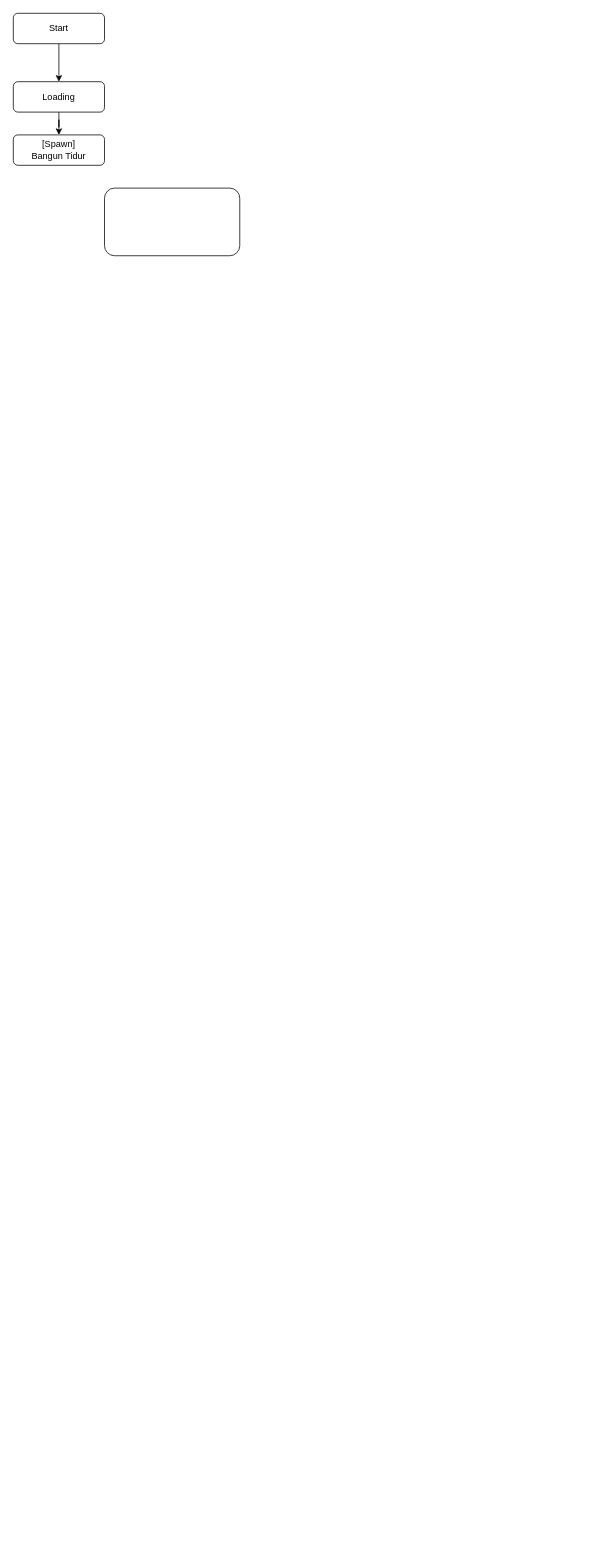
RioEka/S5 keeps this draw.io diagram as Tsa Flowgameplay.drawio. Above is the earlier version. Source tidied: cells renumbered, new cells numbered last; positions are measured from the earlier drawing's top-left corner, leaving out a move shared by most shapes. Both pictures are drawn from the tidied source at 76%, with x=0, y=0 at pixel (13, 13).
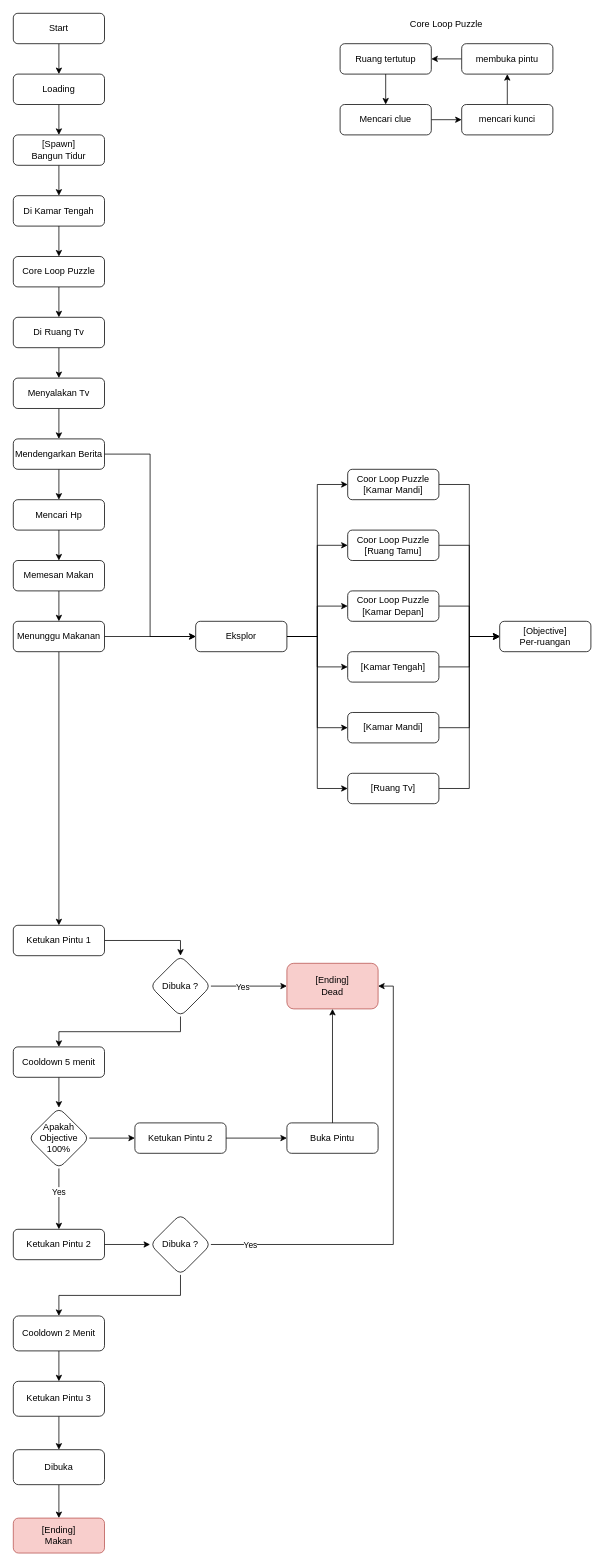
The same page after the edit.

The change refers to these unchanged cells:
```xml
<mxCell id="6" value="[Spawn]&lt;br&gt;Bangun Tidur" style="rounded=1;whiteSpace=wrap;html=1;fontSize=12;glass=0;strokeWidth=1;shadow=0;" parent="1" vertex="1">
  <mxGeometry y="160" width="120" height="40" as="geometry" />
</mxCell>
```

What changed in the source:
```diff
@@
     <mxCell id="5" value="Loading" style="rounded=1;whiteSpace=wrap;html=1;fontSize=12;glass=0;strokeWidth=1;shadow=0;" parent="1" vertex="1">
-      <mxGeometry y="90" width="120" height="40" as="geometry" />
+      <mxGeometry y="80" width="120" height="40" as="geometry" />
     </mxCell>
+    <mxCell id="8" style="edgeStyle=orthogonalEdgeStyle;rounded=0;jettySize=auto;html=1;" parent="1" edge="1" source="6" target="20">
+      <mxGeometry relative="1" as="geometry" />
+    </mxCell>
@@
-    <mxCell id="7" style="whiteSpace=wrap;html=1;rounded=1;glass=0;strokeWidth=1;shadow=0;" parent="1" vertex="1">
-      <mxGeometry x="120" y="230" width="178" height="89" as="geometry" />
-    </mxCell>
+    <mxCell id="9" value="[Objective]&lt;br&gt;Per-ruangan" style="rounded=1;whiteSpace=wrap;html=1;fontSize=12;glass=0;strokeWidth=1;shadow=0;" parent="1" vertex="1">
+      <mxGeometry x="640" y="800" width="120" height="40" as="geometry" />
+    </mxCell>
+    <mxCell id="10" style="edgeStyle=orthogonalEdgeStyle;rounded=0;jettySize=auto;html=1;" parent="1" edge="1" source="11" target="13">
+      <mxGeometry relative="1" as="geometry" />
+    </mxCell>
+    <mxCell id="11" value="Mencari clue" style="rounded=1;whiteSpace=wrap;html=1;fontSize=12;glass=0;strokeWidth=1;shadow=0;" parent="1" vertex="1">
+      <mxGeometry x="430" y="120" width="120" height="40" as="geometry" />
+    </mxCell>
+    <mxCell id="12" style="edgeStyle=orthogonalEdgeStyle;rounded=0;jettySize=auto;html=1;" parent="1" edge="1" source="13" target="15">
+      <mxGeometry relative="1" as="geometry" />
+    </mxCell>
+    <mxCell id="13" value="mencari kunci" style="rounded=1;whiteSpace=wrap;html=1;fontSize=12;glass=0;strokeWidth=1;shadow=0;" parent="1" vertex="1">
+      <mxGeometry x="590" y="120" width="120" height="40" as="geometry" />
+    </mxCell>
+    <mxCell id="14" style="edgeStyle=orthogonalEdgeStyle;rounded=0;jettySize=auto;html=1;" parent="1" edge="1" source="15" target="17">
+      <mxGeometry relative="1" as="geometry" />
+    </mxCell>
+    <mxCell id="15" value="membuka pintu" style="rounded=1;whiteSpace=wrap;html=1;fontSize=12;glass=0;strokeWidth=1;shadow=0;" parent="1" vertex="1">
+      <mxGeometry x="590" y="40" width="120" height="40" as="geometry" />
+    </mxCell>
+    <mxCell id="16" style="edgeStyle=orthogonalEdgeStyle;rounded=0;jettySize=auto;html=1;" parent="1" edge="1" source="17" target="11">
+      <mxGeometry relative="1" as="geometry" />
+    </mxCell>
+    <mxCell id="17" value="Ruang tertutup" style="rounded=1;whiteSpace=wrap;html=1;fontSize=12;glass=0;strokeWidth=1;shadow=0;" parent="1" vertex="1">
+      <mxGeometry x="430" y="40" width="120" height="40" as="geometry" />
+    </mxCell>
+    <mxCell id="18" value="Core Loop Puzzle" style="text;html=1;strokeColor=none;fillColor=none;align=center;verticalAlign=middle;whiteSpace=wrap;rounded=0;" parent="1" vertex="1">
+      <mxGeometry x="430" width="280" height="30" as="geometry" />
+    </mxCell>
+    <mxCell id="19" style="edgeStyle=orthogonalEdgeStyle;rounded=0;jettySize=auto;html=1;" parent="1" edge="1" source="20" target="22">
+      <mxGeometry relative="1" as="geometry" />
+    </mxCell>
+    <mxCell id="20" value="Di Kamar Tengah" style="rounded=1;whiteSpace=wrap;html=1;fontSize=12;glass=0;strokeWidth=1;shadow=0;" parent="1" vertex="1">
+      <mxGeometry y="240" width="120" height="40" as="geometry" />
+    </mxCell>
+    <mxCell id="21" style="edgeStyle=orthogonalEdgeStyle;rounded=0;jettySize=auto;html=1;" parent="1" edge="1" source="22" target="24">
+      <mxGeometry relative="1" as="geometry" />
+    </mxCell>
+    <mxCell id="22" value="Core Loop Puzzle" style="rounded=1;whiteSpace=wrap;html=1;fontSize=12;glass=0;strokeWidth=1;shadow=0;" parent="1" vertex="1">
+      <mxGeometry y="320" width="120" height="40" as="geometry" />
+    </mxCell>
+    <mxCell id="23" style="edgeStyle=orthogonalEdgeStyle;rounded=0;jettySize=auto;html=1;" parent="1" edge="1" source="24" target="26">
+      <mxGeometry relative="1" as="geometry" />
+    </mxCell>
+    <mxCell id="24" value="Di Ruang Tv" style="rounded=1;whiteSpace=wrap;html=1;fontSize=12;glass=0;strokeWidth=1;shadow=0;" parent="1" vertex="1">
+      <mxGeometry y="400" width="120" height="40" as="geometry" />
+    </mxCell>
+    <mxCell id="25" style="edgeStyle=orthogonalEdgeStyle;rounded=0;jettySize=auto;html=1;" parent="1" edge="1" source="26" target="29">
+      <mxGeometry relative="1" as="geometry" />
+    </mxCell>
+    <mxCell id="26" value="Menyalakan Tv" style="rounded=1;whiteSpace=wrap;html=1;fontSize=12;glass=0;strokeWidth=1;shadow=0;" parent="1" vertex="1">
+      <mxGeometry y="480" width="120" height="40" as="geometry" />
+    </mxCell>
+    <mxCell id="27" style="edgeStyle=orthogonalEdgeStyle;rounded=0;jettySize=auto;html=1;" parent="1" edge="1" source="29" target="43">
+      <mxGeometry relative="1" as="geometry" />
+    </mxCell>
+    <mxCell id="28" style="edgeStyle=orthogonalEdgeStyle;rounded=0;jettySize=auto;html=1;exitX=1;exitY=0.5;exitDx=0;exitDy=0;entryX=0;entryY=0.5;entryDx=0;entryDy=0;" parent="1" edge="1" source="29" target="52">
+      <mxGeometry relative="1" as="geometry" />
+    </mxCell>
+    <mxCell id="29" value="Mendengarkan Berita" style="rounded=1;whiteSpace=wrap;html=1;fontSize=12;glass=0;strokeWidth=1;shadow=0;" parent="1" vertex="1">
+      <mxGeometry y="560" width="120" height="40" as="geometry" />
+    </mxCell>
+    <mxCell id="30" style="edgeStyle=orthogonalEdgeStyle;rounded=0;jettySize=auto;html=1;exitX=1;exitY=0.5;exitDx=0;exitDy=0;entryX=0;entryY=0.5;entryDx=0;entryDy=0;" parent="1" edge="1" source="31" target="9">
+      <mxGeometry relative="1" as="geometry" />
+    </mxCell>
+    <mxCell id="31" value="Coor Loop Puzzle&lt;br&gt;[Kamar Mandi]" style="rounded=1;whiteSpace=wrap;html=1;fontSize=12;glass=0;strokeWidth=1;shadow=0;" parent="1" vertex="1">
+      <mxGeometry x="440" y="600" width="120" height="40" as="geometry" />
+    </mxCell>
+    <mxCell id="32" style="edgeStyle=orthogonalEdgeStyle;rounded=0;jettySize=auto;html=1;exitX=1;exitY=0.5;exitDx=0;exitDy=0;entryX=0;entryY=0.5;entryDx=0;entryDy=0;" parent="1" edge="1" source="33" target="9">
+      <mxGeometry relative="1" as="geometry" />
+    </mxCell>
+    <mxCell id="33" value="Coor Loop Puzzle&lt;br&gt;[Ruang Tamu]" style="rounded=1;whiteSpace=wrap;html=1;fontSize=12;glass=0;strokeWidth=1;shadow=0;" parent="1" vertex="1">
+      <mxGeometry x="440" y="680" width="120" height="40" as="geometry" />
+    </mxCell>
+    <mxCell id="34" style="edgeStyle=orthogonalEdgeStyle;rounded=0;jettySize=auto;html=1;exitX=1;exitY=0.5;exitDx=0;exitDy=0;entryX=0;entryY=0.5;entryDx=0;entryDy=0;" parent="1" edge="1" source="35" target="9">
+      <mxGeometry relative="1" as="geometry" />
+    </mxCell>
+    <mxCell id="35" value="Coor Loop Puzzle&lt;br&gt;[Kamar Depan]" style="rounded=1;whiteSpace=wrap;html=1;fontSize=12;glass=0;strokeWidth=1;shadow=0;" parent="1" vertex="1">
+      <mxGeometry x="440" y="760" width="120" height="40" as="geometry" />
+    </mxCell>
+    <mxCell id="36" style="edgeStyle=orthogonalEdgeStyle;rounded=0;jettySize=auto;html=1;exitX=1;exitY=0.5;exitDx=0;exitDy=0;entryX=0;entryY=0.5;entryDx=0;entryDy=0;" parent="1" edge="1" source="37" target="9">
+      <mxGeometry relative="1" as="geometry" />
+    </mxCell>
+    <mxCell id="37" value="[Kamar Tengah]" style="rounded=1;whiteSpace=wrap;html=1;fontSize=12;glass=0;strokeWidth=1;shadow=0;" parent="1" vertex="1">
+      <mxGeometry x="440" y="840" width="120" height="40" as="geometry" />
+    </mxCell>
+    <mxCell id="38" style="edgeStyle=orthogonalEdgeStyle;rounded=0;jettySize=auto;html=1;exitX=1;exitY=0.5;exitDx=0;exitDy=0;entryX=0;entryY=0.5;entryDx=0;entryDy=0;" parent="1" edge="1" source="39" target="9">
+      <mxGeometry relative="1" as="geometry" />
+    </mxCell>
+    <mxCell id="39" value="[Kamar Mandi]" style="rounded=1;whiteSpace=wrap;html=1;fontSize=12;glass=0;strokeWidth=1;shadow=0;" parent="1" vertex="1">
+      <mxGeometry x="440" y="920" width="120" height="40" as="geometry" />
+    </mxCell>
+    <mxCell id="40" style="edgeStyle=orthogonalEdgeStyle;rounded=0;jettySize=auto;html=1;exitX=1;exitY=0.5;exitDx=0;exitDy=0;entryX=0;entryY=0.5;entryDx=0;entryDy=0;" parent="1" edge="1" source="41" target="9">
+      <mxGeometry relative="1" as="geometry" />
+    </mxCell>
+    <mxCell id="41" value="[Ruang Tv]" style="rounded=1;whiteSpace=wrap;html=1;fontSize=12;glass=0;strokeWidth=1;shadow=0;" parent="1" vertex="1">
+      <mxGeometry x="440" y="1000" width="120" height="40" as="geometry" />
+    </mxCell>
+    <mxCell id="42" style="edgeStyle=orthogonalEdgeStyle;rounded=0;jettySize=auto;html=1;" parent="1" edge="1" source="43" target="45">
+      <mxGeometry relative="1" as="geometry" />
+    </mxCell>
+    <mxCell id="43" value="Mencari Hp" style="rounded=1;whiteSpace=wrap;html=1;fontSize=12;glass=0;strokeWidth=1;shadow=0;" parent="1" vertex="1">
+      <mxGeometry y="640" width="120" height="40" as="geometry" />
+    </mxCell>
+    <mxCell id="44" style="edgeStyle=orthogonalEdgeStyle;rounded=0;jettySize=auto;html=1;" parent="1" edge="1" source="45" target="55">
+      <mxGeometry relative="1" as="geometry" />
+    </mxCell>
+    <mxCell id="45" value="Memesan Makan" style="rounded=1;whiteSpace=wrap;html=1;fontSize=12;glass=0;strokeWidth=1;shadow=0;" parent="1" vertex="1">
+      <mxGeometry y="720" width="120" height="40" as="geometry" />
+    </mxCell>
+    <mxCell id="46" style="edgeStyle=orthogonalEdgeStyle;rounded=0;jettySize=auto;html=1;exitX=1;exitY=0.5;exitDx=0;exitDy=0;entryX=0;entryY=0.5;entryDx=0;entryDy=0;" parent="1" edge="1" source="52" target="31">
+      <mxGeometry relative="1" as="geometry" />
+    </mxCell>
+    <mxCell id="47" style="edgeStyle=orthogonalEdgeStyle;rounded=0;jettySize=auto;html=1;exitX=1;exitY=0.5;exitDx=0;exitDy=0;entryX=0;entryY=0.5;entryDx=0;entryDy=0;" parent="1" edge="1" source="52" target="33">
+      <mxGeometry relative="1" as="geometry" />
+    </mxCell>
+    <mxCell id="48" style="edgeStyle=orthogonalEdgeStyle;rounded=0;jettySize=auto;html=1;exitX=1;exitY=0.5;exitDx=0;exitDy=0;entryX=0;entryY=0.5;entryDx=0;entryDy=0;" parent="1" edge="1" source="52" target="35">
+      <mxGeometry relative="1" as="geometry" />
+    </mxCell>
+    <mxCell id="49" style="edgeStyle=orthogonalEdgeStyle;rounded=0;jettySize=auto;html=1;exitX=1;exitY=0.5;exitDx=0;exitDy=0;entryX=0;entryY=0.5;entryDx=0;entryDy=0;" parent="1" edge="1" source="52" target="37">
+      <mxGeometry relative="1" as="geometry" />
+    </mxCell>
+    <mxCell id="50" style="edgeStyle=orthogonalEdgeStyle;rounded=0;jettySize=auto;html=1;exitX=1;exitY=0.5;exitDx=0;exitDy=0;entryX=0;entryY=0.5;entryDx=0;entryDy=0;" parent="1" edge="1" source="52" target="39">
+      <mxGeometry relative="1" as="geometry" />
+    </mxCell>
+    <mxCell id="51" style="edgeStyle=orthogonalEdgeStyle;rounded=0;jettySize=auto;html=1;exitX=1;exitY=0.5;exitDx=0;exitDy=0;entryX=0;entryY=0.5;entryDx=0;entryDy=0;" parent="1" edge="1" source="52" target="41">
+      <mxGeometry relative="1" as="geometry" />
+    </mxCell>
+    <mxCell id="52" value="Eksplor" style="rounded=1;whiteSpace=wrap;html=1;fontSize=12;glass=0;strokeWidth=1;shadow=0;" parent="1" vertex="1">
+      <mxGeometry x="240" y="800" width="120" height="40" as="geometry" />
+    </mxCell>
+    <mxCell id="53" style="edgeStyle=orthogonalEdgeStyle;rounded=0;jettySize=auto;html=1;exitX=1;exitY=0.5;exitDx=0;exitDy=0;entryX=0;entryY=0.5;entryDx=0;entryDy=0;" parent="1" edge="1" source="55" target="52">
+      <mxGeometry relative="1" as="geometry" />
+    </mxCell>
+    <mxCell id="54" style="edgeStyle=orthogonalEdgeStyle;rounded=0;jettySize=auto;html=1;" parent="1" edge="1" source="55" target="57">
+      <mxGeometry relative="1" as="geometry" />
+    </mxCell>
+    <mxCell id="55" value="Menunggu Makanan" style="rounded=1;whiteSpace=wrap;html=1;fontSize=12;glass=0;strokeWidth=1;shadow=0;" parent="1" vertex="1">
+      <mxGeometry y="800" width="120" height="40" as="geometry" />
+    </mxCell>
+    <mxCell id="56" style="edgeStyle=orthogonalEdgeStyle;rounded=0;jettySize=auto;html=1;exitX=1;exitY=0.5;exitDx=0;exitDy=0;entryX=0.5;entryY=0;entryDx=0;entryDy=0;" parent="1" edge="1" source="57" target="61">
+      <mxGeometry relative="1" as="geometry" />
+    </mxCell>
+    <mxCell id="57" value="Ketukan Pintu 1" style="rounded=1;whiteSpace=wrap;html=1;fontSize=12;glass=0;strokeWidth=1;shadow=0;" parent="1" vertex="1">
+      <mxGeometry y="1200" width="120" height="40" as="geometry" />
+    </mxCell>
+    <mxCell id="58" style="edgeStyle=orthogonalEdgeStyle;rounded=0;jettySize=auto;html=1;exitX=0.5;exitY=1;exitDx=0;exitDy=0;entryX=0.5;entryY=0;entryDx=0;entryDy=0;" parent="1" edge="1" source="61" target="64">
+      <mxGeometry relative="1" as="geometry" />
+    </mxCell>
+    <mxCell id="59" style="edgeStyle=orthogonalEdgeStyle;rounded=0;jettySize=auto;html=1;exitX=1;exitY=0.5;exitDx=0;exitDy=0;entryX=0;entryY=0.5;entryDx=0;entryDy=0;" parent="1" edge="1" source="61" target="62">
+      <mxGeometry relative="1" as="geometry" />
+    </mxCell>
+    <mxCell id="60" value="Yes" style="edgeLabel;html=1;align=center;verticalAlign=middle;" parent="59" vertex="1">
+      <mxGeometry x="-0.74" y="3" relative="1" as="geometry">
+        <mxPoint x="28" y="3" as="offset" />
+      </mxGeometry>
+    </mxCell>
+    <mxCell id="61" value="Dibuka ?" style="rhombus;whiteSpace=wrap;html=1;rounded=1;glass=0;strokeWidth=1;shadow=0;" parent="1" vertex="1">
+      <mxGeometry x="180" y="1240" width="80" height="80" as="geometry" />
+    </mxCell>
+    <mxCell id="62" value="[Ending]&lt;br&gt;Dead" style="whiteSpace=wrap;html=1;rounded=1;glass=0;strokeWidth=1;shadow=0;fillColor=#f8cecc;strokeColor=#b85450;" parent="1" vertex="1">
+      <mxGeometry x="360" y="1250" width="120" height="60" as="geometry" />
+    </mxCell>
+    <mxCell id="63" style="edgeStyle=orthogonalEdgeStyle;rounded=0;jettySize=auto;html=1;" parent="1" edge="1" source="64" target="70">
+      <mxGeometry relative="1" as="geometry" />
+    </mxCell>
+    <mxCell id="64" value="Cooldown 5 menit" style="rounded=1;whiteSpace=wrap;html=1;fontSize=12;glass=0;strokeWidth=1;shadow=0;" parent="1" vertex="1">
+      <mxGeometry y="1360" width="120" height="40" as="geometry" />
+    </mxCell>
+    <mxCell id="65" style="edgeStyle=orthogonalEdgeStyle;rounded=0;jettySize=auto;html=1;" parent="1" edge="1" source="66" target="78">
+      <mxGeometry relative="1" as="geometry" />
+    </mxCell>
+    <mxCell id="66" value="Ketukan Pintu 2" style="rounded=1;whiteSpace=wrap;html=1;fontSize=12;glass=0;strokeWidth=1;shadow=0;" parent="1" vertex="1">
+      <mxGeometry y="1600" width="120" height="40" as="geometry" />
+    </mxCell>
+    <mxCell id="67" style="edgeStyle=orthogonalEdgeStyle;rounded=0;jettySize=auto;html=1;" parent="1" edge="1" source="70" target="66">
+      <mxGeometry relative="1" as="geometry" />
+    </mxCell>
+    <mxCell id="68" value="Yes" style="edgeLabel;html=1;align=center;verticalAlign=middle;" parent="67" vertex="1">
+      <mxGeometry x="-0.25" y="-1" relative="1" as="geometry" />
+    </mxCell>
+    <mxCell id="69" style="edgeStyle=orthogonalEdgeStyle;rounded=0;jettySize=auto;html=1;" parent="1" edge="1" source="70" target="72">
+      <mxGeometry relative="1" as="geometry" />
+    </mxCell>
+    <mxCell id="70" value="Apakah Objective 100%" style="rhombus;whiteSpace=wrap;html=1;rounded=1;glass=0;strokeWidth=1;shadow=0;" parent="1" vertex="1">
+      <mxGeometry x="20" y="1440" width="80" height="80" as="geometry" />
+    </mxCell>
+    <mxCell id="71" style="edgeStyle=orthogonalEdgeStyle;rounded=0;jettySize=auto;html=1;" parent="1" edge="1" source="72" target="74">
+      <mxGeometry relative="1" as="geometry" />
+    </mxCell>
+    <mxCell id="72" value="Ketukan Pintu 2" style="whiteSpace=wrap;html=1;rounded=1;glass=0;strokeWidth=1;shadow=0;" parent="1" vertex="1">
+      <mxGeometry x="160" y="1460" width="120" height="40" as="geometry" />
+    </mxCell>
+    <mxCell id="73" style="edgeStyle=orthogonalEdgeStyle;rounded=0;jettySize=auto;html=1;exitX=0.5;exitY=0;exitDx=0;exitDy=0;entryX=0.5;entryY=1;entryDx=0;entryDy=0;" parent="1" edge="1" source="74" target="62">
+      <mxGeometry relative="1" as="geometry" />
+    </mxCell>
+    <mxCell id="74" value="Buka Pintu" style="whiteSpace=wrap;html=1;rounded=1;glass=0;strokeWidth=1;shadow=0;" parent="1" vertex="1">
+      <mxGeometry x="360" y="1460" width="120" height="40" as="geometry" />
+    </mxCell>
+    <mxCell id="75" style="edgeStyle=orthogonalEdgeStyle;rounded=0;jettySize=auto;html=1;exitX=1;exitY=0.5;exitDx=0;exitDy=0;entryX=1;entryY=0.5;entryDx=0;entryDy=0;" parent="1" edge="1" source="78" target="62">
+      <mxGeometry relative="1" as="geometry" />
+    </mxCell>
+    <mxCell id="76" value="Yes" style="edgeLabel;html=1;align=center;verticalAlign=middle;" parent="75" vertex="1">
+      <mxGeometry x="-0.83" relative="1" as="geometry" />
+    </mxCell>
+    <mxCell id="77" style="edgeStyle=orthogonalEdgeStyle;rounded=0;jettySize=auto;html=1;exitX=0.5;exitY=1;exitDx=0;exitDy=0;" parent="1" edge="1" source="78" target="80">
+      <mxGeometry relative="1" as="geometry" />
+    </mxCell>
+    <mxCell id="78" value="Dibuka ?" style="rhombus;whiteSpace=wrap;html=1;rounded=1;glass=0;strokeWidth=1;shadow=0;" parent="1" vertex="1">
+      <mxGeometry x="180" y="1580" width="80" height="80" as="geometry" />
+    </mxCell>
+    <mxCell id="79" style="edgeStyle=orthogonalEdgeStyle;rounded=0;jettySize=auto;html=1;" parent="1" edge="1" source="80" target="82">
+      <mxGeometry relative="1" as="geometry" />
+    </mxCell>
+    <mxCell id="80" value="Cooldown 2 Menit" style="whiteSpace=wrap;html=1;rounded=1;glass=0;strokeWidth=1;shadow=0;" parent="1" vertex="1">
+      <mxGeometry y="1714" width="120" height="46" as="geometry" />
+    </mxCell>
+    <mxCell id="81" style="edgeStyle=orthogonalEdgeStyle;rounded=0;jettySize=auto;html=1;" parent="1" edge="1" source="82" target="84">
+      <mxGeometry relative="1" as="geometry" />
+    </mxCell>
+    <mxCell id="82" value="Ketukan Pintu 3" style="whiteSpace=wrap;html=1;rounded=1;glass=0;strokeWidth=1;shadow=0;" parent="1" vertex="1">
+      <mxGeometry y="1800" width="120" height="46" as="geometry" />
+    </mxCell>
+    <mxCell id="83" style="edgeStyle=orthogonalEdgeStyle;rounded=0;jettySize=auto;html=1;" parent="1" edge="1" source="84" target="85">
+      <mxGeometry relative="1" as="geometry" />
+    </mxCell>
+    <mxCell id="84" value="Dibuka" style="whiteSpace=wrap;html=1;rounded=1;glass=0;strokeWidth=1;shadow=0;" parent="1" vertex="1">
+      <mxGeometry y="1890" width="120" height="46" as="geometry" />
+    </mxCell>
+    <mxCell id="85" value="[Ending]&lt;br&gt;Makan" style="whiteSpace=wrap;html=1;rounded=1;glass=0;strokeWidth=1;shadow=0;fillColor=#f8cecc;strokeColor=#b85450;" parent="1" vertex="1">
+      <mxGeometry y="1980" width="120" height="46" as="geometry" />
+    </mxCell>
```
